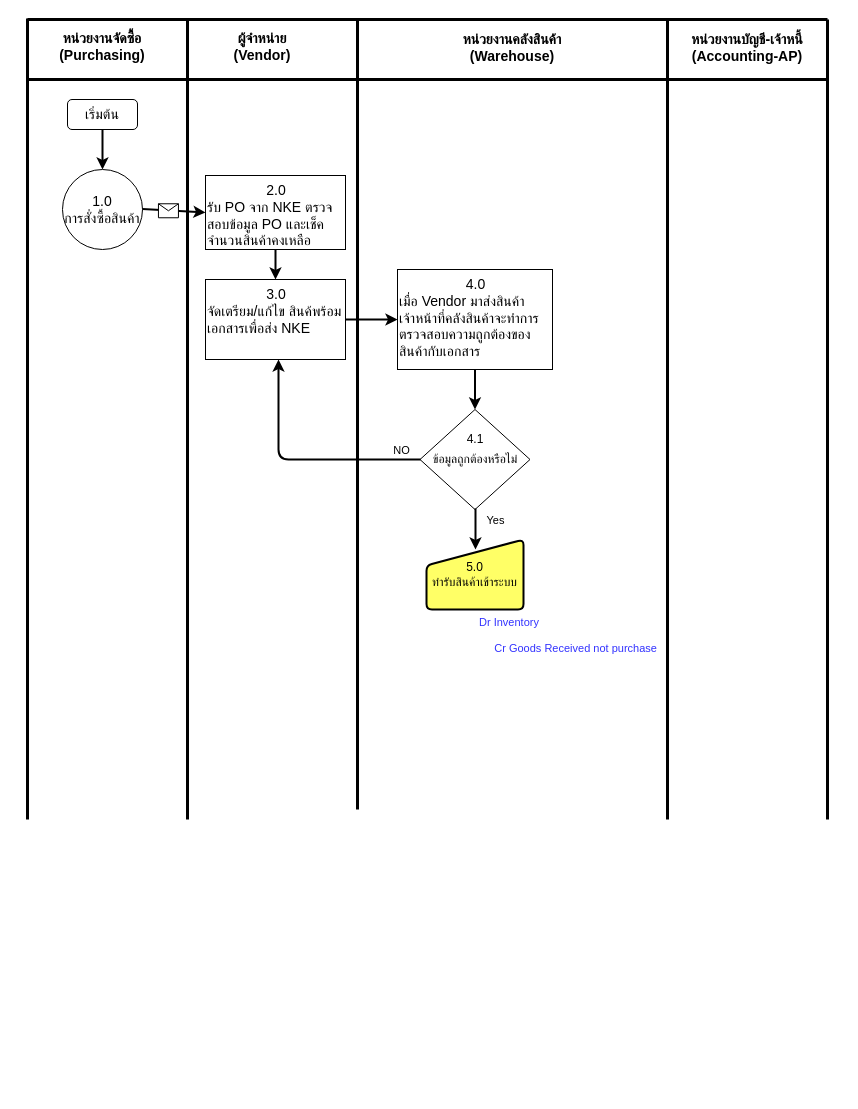
This is page "GR from Vendor" (1 of 2) of Untitled Diagram.drawio from Rattapornp94/hello-wold, a draw.io file, before an edit. Source tidied: cells renumbered, new cells numbered last; positions are measured from the earlier drawing's top-left corner, leaving out a move shared by most shapes. Both pictures are drawn from the tidied source at 100%, with x=0, y=0 at pixel (17, 18).
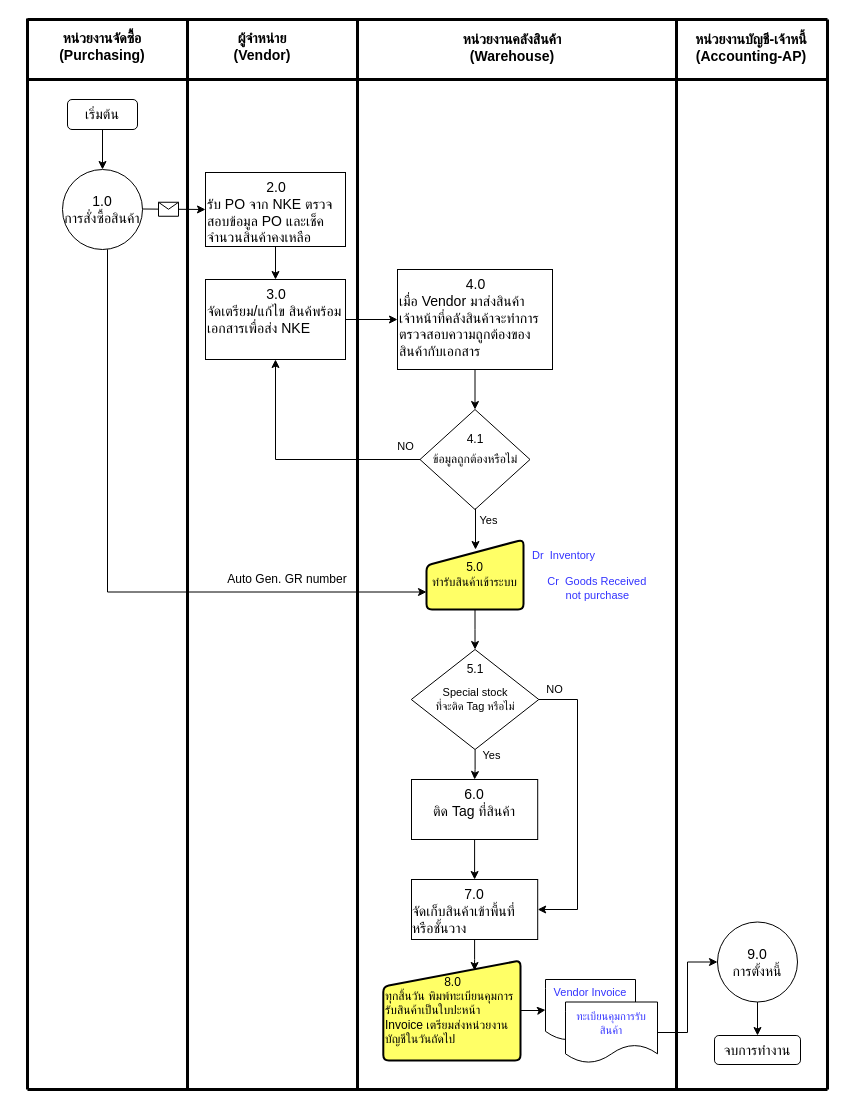
The same diagram, later.

The change refers to these unchanged cells:
```xml
<mxCell id="13" value="1.0&lt;br&gt;การสั่งซื้อสินค้า" style="ellipse;whiteSpace=wrap;html=1;fontSize=14;" parent="1" vertex="1">
  <mxGeometry x="45" y="151" width="80" height="80" as="geometry" />
</mxCell>
<mxCell id="15" value="เริ่มต้น" style="rounded=1;whiteSpace=wrap;html=1;fontSize=14;" parent="1" vertex="1">
  <mxGeometry x="50" y="81" width="70" height="30" as="geometry" />
</mxCell>
<mxCell id="21" value="&lt;div style=&quot;text-align: center&quot;&gt;4.0&lt;/div&gt;เมื่อ Vendor มาส่งสินค้า&lt;br&gt;เจ้าหน้าที่คลังสินค้าจะทำการตรวจสอบความถูกต้องของสินค้ากับเอกสาร" style="rounded=0;whiteSpace=wrap;html=1;fontSize=14;align=left;verticalAlign=top;" parent="1" vertex="1">
  <mxGeometry x="380" y="251" width="155" height="100" as="geometry" />
</mxCell>
<mxCell id="23" value="&lt;div style=&quot;text-align: center&quot;&gt;&lt;span&gt;3.0&lt;/span&gt;&lt;/div&gt;จัดเตรียม/แก้ไข สินค้พร้อมเอกสารเพื่อส่ง NKE" style="rounded=0;whiteSpace=wrap;html=1;fontSize=14;align=left;verticalAlign=top;" parent="1" vertex="1">
  <mxGeometry x="188" y="261" width="140" height="80" as="geometry" />
</mxCell>
<mxCell id="24" value="ข้อมูลถูกต้องหรือไม่" style="rhombus;whiteSpace=wrap;html=1;fontSize=12;align=center;" parent="1" vertex="1">
  <mxGeometry x="402.5" y="391" width="110" height="100" as="geometry" />
</mxCell>
<mxCell id="28" value="5.0&lt;br&gt;ทำรับสินค้าเข้าระบบ" style="html=1;strokeWidth=2;shape=manualInput;whiteSpace=wrap;rounded=1;size=26;arcSize=11;fontSize=12;align=center;verticalAlign=middle;fillColor=#FFFF66;" parent="1" vertex="1">
  <mxGeometry x="409" y="521" width="97" height="70" as="geometry" />
</mxCell>
```

Diff of the diagram source:
```diff
@@
     <mxCell id="2" style="endArrow=none;html=1;strokeWidth=3;" parent="1" edge="1">
       <mxGeometry relative="1" as="geometry">
-        <mxPoint x="10" y="801" as="sourcePoint" />
+        <mxPoint x="10" y="1071" as="sourcePoint" />
         <mxPoint x="10" as="targetPoint" />
       </mxGeometry>
     </mxCell>
@@
     <mxCell id="4" style="endArrow=none;html=1;strokeWidth=3;" parent="1" edge="1">
       <mxGeometry relative="1" as="geometry">
-        <mxPoint x="810" y="801" as="sourcePoint" />
+        <mxPoint x="810" y="1071" as="sourcePoint" />
         <mxPoint x="810" y="1" as="targetPoint" />
       </mxGeometry>
     </mxCell>
     <mxCell id="5" style="endArrow=none;html=1;strokeWidth=3;" parent="1" edge="1">
       <mxGeometry relative="1" as="geometry">
-        <mxPoint x="170" y="801" as="sourcePoint" />
+        <mxPoint x="170" y="1071" as="sourcePoint" />
         <mxPoint x="170" y="1" as="targetPoint" />
       </mxGeometry>
     </mxCell>
     <mxCell id="6" style="endArrow=none;html=1;strokeWidth=3;" parent="1" edge="1">
       <mxGeometry relative="1" as="geometry">
-        <mxPoint x="340" y="791" as="sourcePoint" />
+        <mxPoint x="340" y="1071" as="sourcePoint" />
         <mxPoint x="340" y="1" as="targetPoint" />
       </mxGeometry>
     </mxCell>
     <mxCell id="7" style="endArrow=none;html=1;strokeWidth=3;" parent="1" edge="1">
       <mxGeometry relative="1" as="geometry">
-        <mxPoint x="650" y="801" as="sourcePoint" />
-        <mxPoint x="650" y="1" as="targetPoint" />
+        <mxPoint x="659" y="1071" as="sourcePoint" />
+        <mxPoint x="659" y="1" as="targetPoint" />
       </mxGeometry>
     </mxCell>
@@
     <mxCell id="12" value="หน่วยงานบัญชี-เจ้าหนี้&lt;br style=&quot;font-size: 14px&quot;&gt;(Accounting-AP)" style="text;html=1;strokeColor=none;fillColor=none;align=center;verticalAlign=middle;whiteSpace=wrap;rounded=0;fontSize=14;fontStyle=1;" parent="1" vertex="1">
-      <mxGeometry x="640" y="14" width="180" height="30" as="geometry" />
+      <mxGeometry x="644" y="14" width="180" height="30" as="geometry" />
     </mxCell>
+    <mxCell id="32" style="edgeStyle=orthogonalEdgeStyle;rounded=0;jettySize=auto;html=1;entryX=0;entryY=0.75;entryDx=0;entryDy=0;strokeWidth=1;fontSize=11;fontColor=#3333FF;" parent="1" edge="1" source="13" target="28">
+      <mxGeometry relative="1" as="geometry">
+        <Array as="points">
+          <mxPoint x="90" y="574" />
+        </Array>
+      </mxGeometry>
+    </mxCell>
@@
-    <mxCell id="14" style="edgeStyle=orthogonalEdgeStyle;rounded=0;jettySize=auto;html=1;entryX=0.5;entryY=0;entryDx=0;entryDy=0;strokeWidth=2;fontSize=14;" parent="1" edge="1" source="15" target="13">
+    <mxCell id="14" style="edgeStyle=orthogonalEdgeStyle;rounded=0;jettySize=auto;html=1;entryX=0.5;entryY=0;entryDx=0;entryDy=0;strokeWidth=1;fontSize=14;" parent="1" edge="1" source="15" target="13">
       <mxGeometry relative="1" as="geometry" />
     </mxCell>
@@
-    <mxCell id="16" style="edgeStyle=orthogonalEdgeStyle;rounded=0;jettySize=auto;html=1;entryX=0.5;entryY=0;entryDx=0;entryDy=0;strokeWidth=2;fontSize=14;" parent="1" edge="1" source="17" target="23">
+    <mxCell id="16" style="edgeStyle=orthogonalEdgeStyle;rounded=0;jettySize=auto;html=1;entryX=0.5;entryY=0;entryDx=0;entryDy=0;strokeWidth=1;fontSize=14;" parent="1" edge="1" source="17" target="23">
       <mxGeometry relative="1" as="geometry" />
     </mxCell>
     <mxCell id="17" value="&lt;div style=&quot;text-align: center&quot;&gt;&lt;span&gt;2.0&lt;/span&gt;&lt;/div&gt;รับ PO จาก NKE ตรวจสอบข้อมูล PO และเช็คจำนวนสินค้าคงเหลือ&amp;nbsp;" style="rounded=0;whiteSpace=wrap;html=1;fontSize=14;align=left;verticalAlign=top;" parent="1" vertex="1">
-      <mxGeometry x="188" y="157" width="140" height="74" as="geometry" />
+      <mxGeometry x="188" y="154" width="140" height="74" as="geometry" />
     </mxCell>
-    <mxCell id="18" style="endArrow=classic;html=1;strokeWidth=2;fontSize=14;entryX=0;entryY=0.5;entryDx=0;entryDy=0;entryPerimeter=0;" parent="1" edge="1" target="17">
+    <mxCell id="18" style="endArrow=classic;html=1;strokeWidth=1;fontSize=14;entryX=0;entryY=0.5;entryDx=0;entryDy=0;entryPerimeter=0;" parent="1" edge="1" target="17">
       <mxGeometry relative="1" as="geometry">
         <mxPoint x="125" y="190.5" as="sourcePoint" />
       </mxGeometry>
     </mxCell>
@@
-    <mxCell id="20" style="edgeStyle=orthogonalEdgeStyle;rounded=0;jettySize=auto;html=1;entryX=0.5;entryY=0;entryDx=0;entryDy=0;strokeWidth=2;fontSize=12;" parent="1" edge="1" source="21" target="24">
+    <mxCell id="20" style="edgeStyle=orthogonalEdgeStyle;rounded=0;jettySize=auto;html=1;entryX=0.5;entryY=0;entryDx=0;entryDy=0;strokeWidth=1;fontSize=12;" parent="1" edge="1" source="21" target="24">
       <mxGeometry relative="1" as="geometry" />
     </mxCell>
@@
-    <mxCell id="22" style="edgeStyle=orthogonalEdgeStyle;rounded=0;jettySize=auto;html=1;entryX=0;entryY=0.5;entryDx=0;entryDy=0;strokeWidth=2;fontSize=14;" parent="1" edge="1" source="23" target="21">
+    <mxCell id="22" style="edgeStyle=orthogonalEdgeStyle;rounded=0;jettySize=auto;html=1;entryX=0;entryY=0.5;entryDx=0;entryDy=0;strokeWidth=1;fontSize=14;" parent="1" edge="1" source="23" target="21">
       <mxGeometry relative="1" as="geometry" />
     </mxCell>
@@
+    <mxCell id="33" style="edgeStyle=orthogonalEdgeStyle;rounded=0;jettySize=auto;html=1;entryX=0.5;entryY=1;entryDx=0;entryDy=0;strokeWidth=1;fontSize=11;fontColor=#3333FF;" parent="1" edge="1" source="24" target="23">
+      <mxGeometry relative="1" as="geometry" />
+    </mxCell>
@@
-    <mxCell id="26" style="endArrow=classic;html=1;strokeWidth=2;fontSize=12;entryX=0.5;entryY=1;entryDx=0;entryDy=0;" parent="1" edge="1">
-      <mxGeometry relative="1" as="geometry">
-        <mxPoint x="403" y="441" as="sourcePoint" />
-        <mxPoint x="261" y="341" as="targetPoint" />
-        <Array as="points">
-          <mxPoint x="261" y="441" />
-        </Array>
-      </mxGeometry>
-    </mxCell>
-    <mxCell id="27" value="NO" style="edgeLabel;html=1;align=center;verticalAlign=middle;" parent="26" vertex="1">
-      <mxGeometry relative="1" as="geometry">
-        <mxPoint x="101" y="-10" as="offset" />
-      </mxGeometry>
-    </mxCell>
+    <mxCell id="34" style="edgeStyle=orthogonalEdgeStyle;rounded=0;jettySize=auto;html=1;entryX=0.5;entryY=0;entryDx=0;entryDy=0;strokeWidth=1;fontSize=11;fontColor=#3333FF;" parent="1" edge="1" source="28" target="37">
+      <mxGeometry relative="1" as="geometry" />
+    </mxCell>
@@
-    <mxCell id="29" style="endArrow=classic;html=1;strokeWidth=2;fontSize=12;" parent="1" edge="1">
+    <mxCell id="29" style="endArrow=classic;html=1;strokeWidth=1;fontSize=12;" parent="1" edge="1">
       <mxGeometry relative="1" as="geometry">
         <mxPoint x="458" y="490" as="sourcePoint" />
         <mxPoint x="458" y="531" as="targetPoint" />
       </mxGeometry>
     </mxCell>
     <mxCell id="30" value="Yes" style="edgeLabel;html=1;align=center;verticalAlign=middle;" parent="29" vertex="1">
       <mxGeometry relative="1" as="geometry">
-        <mxPoint x="19.5" y="-10" as="offset" />
+        <mxPoint x="12" y="-10" as="offset" />
       </mxGeometry>
     </mxCell>
-    <mxCell id="31" value="Dr Inventory&lt;br style=&quot;font-size: 11px;&quot;&gt;&lt;br style=&quot;font-size: 11px;&quot;&gt;&amp;nbsp; &amp;nbsp; &amp;nbsp;Cr Goods Received not purchase" style="text;html=1;strokeColor=none;fillColor=none;align=left;verticalAlign=top;whiteSpace=wrap;rounded=0;fontSize=11;fontColor=#3333FF;fontStyle=0;" parent="1" vertex="1">
-      <mxGeometry x="460" y="591" width="180" height="60" as="geometry" />
+    <mxCell id="31" value="Dr&amp;nbsp; Inventory&lt;br style=&quot;font-size: 11px&quot;&gt;&lt;br style=&quot;font-size: 11px&quot;&gt;&amp;nbsp; &amp;nbsp; &amp;nbsp;Cr&amp;nbsp; Goods Received &lt;br&gt;&amp;nbsp; &amp;nbsp; &amp;nbsp; &amp;nbsp; &amp;nbsp; &amp;nbsp;not purchase" style="text;html=1;strokeColor=none;fillColor=none;align=left;verticalAlign=top;whiteSpace=wrap;rounded=0;fontSize=11;fontColor=#3333FF;fontStyle=0;" parent="1" vertex="1">
+      <mxGeometry x="512.5" y="523.5" width="127.5" height="65" as="geometry" />
     </mxCell>
+    <mxCell id="35" style="edgeStyle=orthogonalEdgeStyle;rounded=0;jettySize=auto;html=1;entryX=0.5;entryY=0;entryDx=0;entryDy=0;strokeWidth=1;fontSize=11;fontColor=#3333FF;" parent="1" edge="1" source="37" target="40">
+      <mxGeometry relative="1" as="geometry" />
+    </mxCell>
+    <mxCell id="36" style="edgeStyle=orthogonalEdgeStyle;rounded=0;jettySize=auto;html=1;entryX=1;entryY=0.5;entryDx=0;entryDy=0;strokeWidth=1;fontSize=11;fontColor=#3333FF;" parent="1" edge="1" source="37" target="42">
+      <mxGeometry relative="1" as="geometry">
+        <Array as="points">
+          <mxPoint x="560" y="681" />
+          <mxPoint x="560" y="891" />
+        </Array>
+      </mxGeometry>
+    </mxCell>
+    <mxCell id="37" value="Special stock&lt;br style=&quot;font-size: 11px;&quot;&gt;ที่จะติด Tag หรือไม่" style="rhombus;whiteSpace=wrap;html=1;fontSize=11;align=center;" parent="1" vertex="1">
+      <mxGeometry x="393.8" y="631" width="127.5" height="100" as="geometry" />
+    </mxCell>
+    <mxCell id="38" value="5.1" style="text;html=1;strokeColor=none;fillColor=none;align=center;verticalAlign=middle;whiteSpace=wrap;rounded=0;fontSize=12;" parent="1" vertex="1">
+      <mxGeometry x="438" y="641" width="40" height="20" as="geometry" />
+    </mxCell>
+    <mxCell id="39" style="edgeStyle=orthogonalEdgeStyle;rounded=0;jettySize=auto;html=1;entryX=0.5;entryY=0;entryDx=0;entryDy=0;strokeWidth=1;fontSize=11;fontColor=#3333FF;" parent="1" edge="1" source="40" target="42">
+      <mxGeometry relative="1" as="geometry" />
+    </mxCell>
+    <mxCell id="40" value="&lt;div style=&quot;&quot;&gt;&lt;span&gt;6.0&lt;/span&gt;&lt;/div&gt;&lt;div&gt;ติด Tag ที่สินค้า&lt;/div&gt;" style="rounded=0;whiteSpace=wrap;html=1;fontSize=14;align=center;verticalAlign=top;" parent="1" vertex="1">
+      <mxGeometry x="394" y="761" width="126.2" height="60" as="geometry" />
+    </mxCell>
+    <mxCell id="41" style="edgeStyle=orthogonalEdgeStyle;rounded=0;jettySize=auto;html=1;entryX=0.665;entryY=0.1;entryDx=0;entryDy=0;entryPerimeter=0;strokeWidth=1;fontSize=11;fontColor=#3333FF;" parent="1" edge="1" source="42" target="45">
+      <mxGeometry relative="1" as="geometry" />
+    </mxCell>
+    <mxCell id="42" value="&lt;div&gt;&lt;span&gt;7.0&lt;/span&gt;&lt;/div&gt;&lt;div style=&quot;text-align: left&quot;&gt;จัดเก็บสินค้าเข้าพื้นที่หรือชั้นวาง&lt;/div&gt;" style="rounded=0;whiteSpace=wrap;html=1;fontSize=14;align=center;verticalAlign=top;" parent="1" vertex="1">
+      <mxGeometry x="394" y="861" width="126.2" height="60" as="geometry" />
+    </mxCell>
+    <mxCell id="43" value="Yes" style="edgeLabel;html=1;align=center;verticalAlign=middle;" parent="1" vertex="1">
+      <mxGeometry x="487" y="735" as="geometry">
+        <mxPoint x="-14" y="1" as="offset" />
+      </mxGeometry>
+    </mxCell>
+    <mxCell id="44" style="edgeStyle=orthogonalEdgeStyle;rounded=0;jettySize=auto;html=1;entryX=0;entryY=0.5;entryDx=0;entryDy=0;strokeWidth=1;fontSize=11;fontColor=#3333FF;" parent="1" edge="1" source="45" target="46">
+      <mxGeometry relative="1" as="geometry" />
+    </mxCell>
+    <mxCell id="45" value="&lt;div style=&quot;text-align: center&quot;&gt;&lt;span&gt;8.0&lt;/span&gt;&lt;/div&gt;ทุกสิ้นวัน พิมพ์ทะเบียนคุมการรับสินค้าเป็นใบปะหน้า Invoice เตรียมส่งหน่วยงานบัญชีในวันถัดไป" style="html=1;strokeWidth=2;shape=manualInput;whiteSpace=wrap;rounded=1;size=26;arcSize=11;fontSize=12;align=left;verticalAlign=middle;fillColor=#FFFF66;" parent="1" vertex="1">
+      <mxGeometry x="365.8" y="942" width="137.2" height="100" as="geometry" />
+    </mxCell>
+    <mxCell id="46" value="Vendor Invoice" style="shape=document;whiteSpace=wrap;html=1;boundedLbl=1;fillColor=#FFFFFF;fontSize=11;fontColor=#3333FF;align=center;verticalAlign=top;" parent="1" vertex="1">
+      <mxGeometry x="528" y="961" width="90" height="61" as="geometry" />
+    </mxCell>
+    <mxCell id="47" style="edgeStyle=orthogonalEdgeStyle;rounded=0;jettySize=auto;html=1;entryX=0;entryY=0.5;entryDx=0;entryDy=0;strokeWidth=1;fontSize=11;fontColor=#3333FF;" parent="1" edge="1" source="48" target="50">
+      <mxGeometry relative="1" as="geometry" />
+    </mxCell>
+    <mxCell id="48" value="ทะเบียนคุมการรับสินค้า" style="shape=document;whiteSpace=wrap;html=1;boundedLbl=1;fillColor=#FFFFFF;fontSize=11;fontColor=#3333FF;align=center;" parent="1" vertex="1">
+      <mxGeometry x="548" y="983.5" width="92" height="61" as="geometry" />
+    </mxCell>
+    <mxCell id="49" style="edgeStyle=orthogonalEdgeStyle;rounded=0;jettySize=auto;html=1;entryX=0.5;entryY=0;entryDx=0;entryDy=0;strokeWidth=1;fontSize=11;fontColor=#3333FF;" parent="1" edge="1" source="50" target="51">
+      <mxGeometry relative="1" as="geometry" />
+    </mxCell>
+    <mxCell id="50" value="9.0&lt;br&gt;การตั้งหนี้" style="ellipse;whiteSpace=wrap;html=1;fontSize=14;" parent="1" vertex="1">
+      <mxGeometry x="700" y="903.5" width="80" height="80" as="geometry" />
+    </mxCell>
+    <mxCell id="51" value="จบการทำงาน" style="rounded=1;whiteSpace=wrap;html=1;fontSize=14;" parent="1" vertex="1">
+      <mxGeometry x="697" y="1017" width="86" height="29" as="geometry" />
+    </mxCell>
+    <mxCell id="52" value="NO" style="edgeLabel;html=1;align=center;verticalAlign=middle;" parent="1" vertex="1">
+      <mxGeometry x="402.5" y="441" as="geometry">
+        <mxPoint x="134" y="229" as="offset" />
+      </mxGeometry>
+    </mxCell>
+    <mxCell id="53" value="NO" style="edgeLabel;html=1;align=center;verticalAlign=middle;" parent="1" vertex="1">
+      <mxGeometry x="322" y="591" as="geometry">
+        <mxPoint x="65" y="-164" as="offset" />
+      </mxGeometry>
+    </mxCell>
+    <mxCell id="54" style="endArrow=none;html=1;strokeWidth=3;" parent="1" edge="1">
+      <mxGeometry relative="1" as="geometry">
+        <mxPoint x="10" y="1071" as="sourcePoint" />
+        <mxPoint x="810" y="1071" as="targetPoint" />
+      </mxGeometry>
+    </mxCell>
+    <mxCell id="55" value="Auto Gen. GR number" style="text;html=1;strokeColor=none;fillColor=none;align=center;verticalAlign=middle;whiteSpace=wrap;rounded=0;fontSize=12;" parent="1" vertex="1">
+      <mxGeometry x="170" y="551" width="200" height="20" as="geometry" />
+    </mxCell>
```
